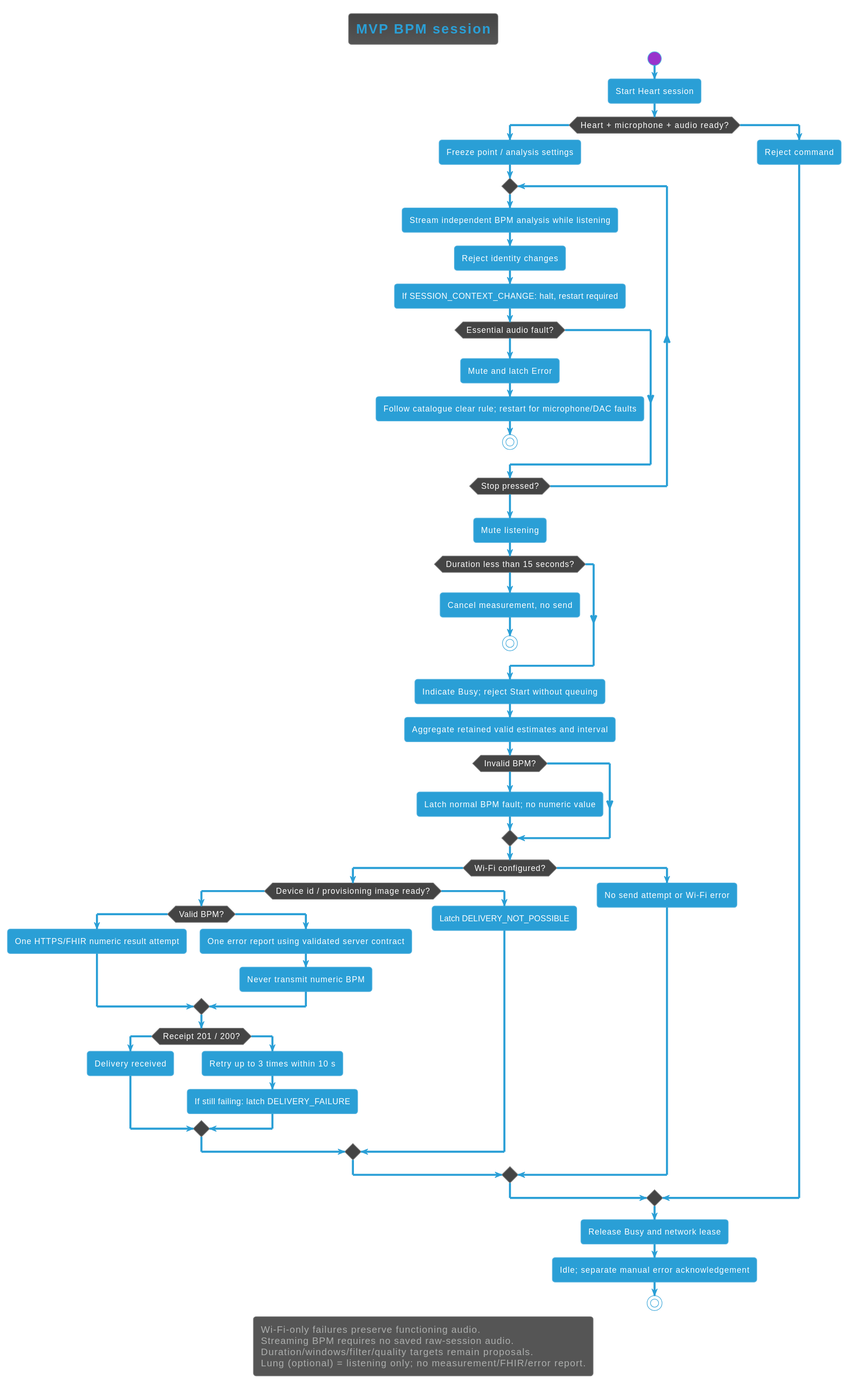
Before: Development/system/architecture/system/rendered/measurement_workflow.svg, a diagram exported from PlantUML (DemonicPsychoII/DigitalStethoscope).
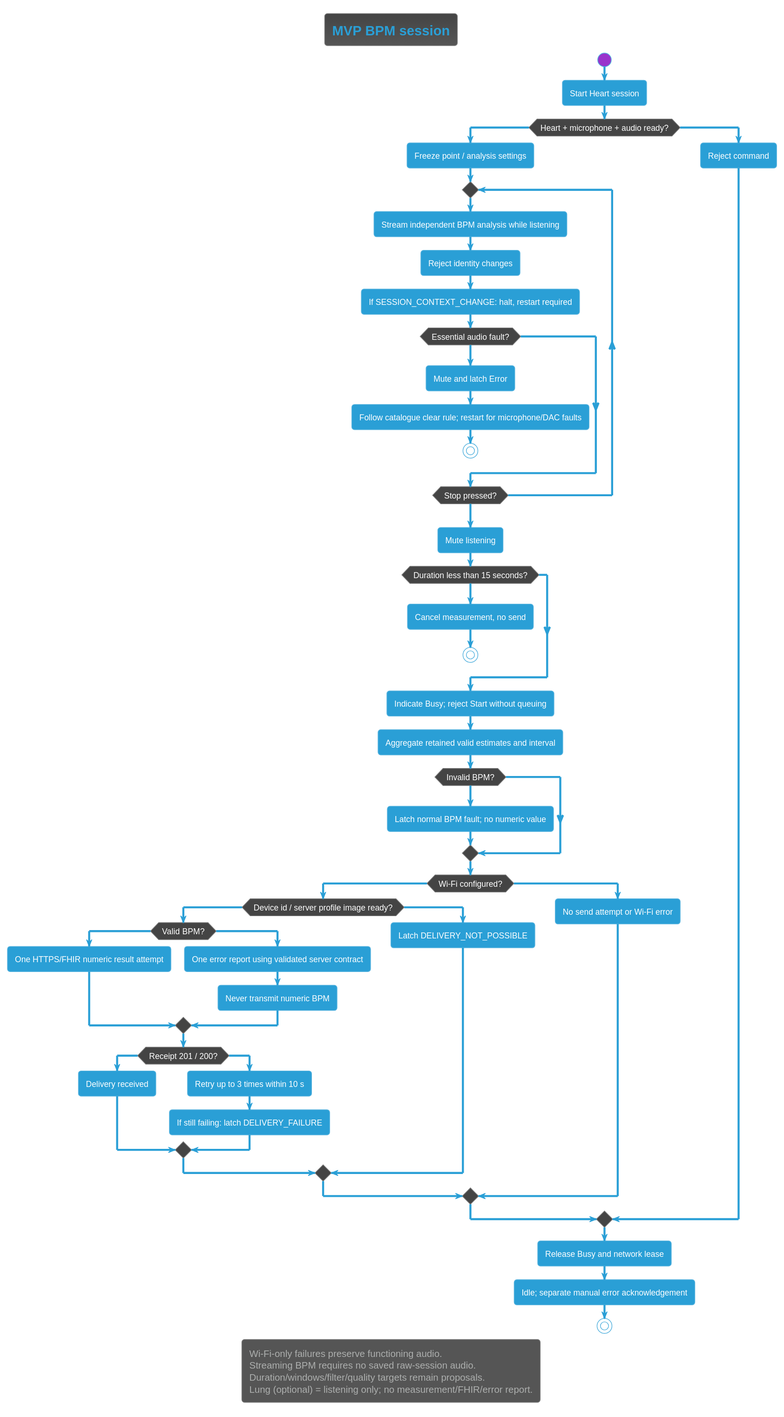
Later version of the same file.

What changed in the source:
```diff
@@ -28,7 +28,7 @@
   :Latch normal BPM fault; no numeric value;
  endif
  if (Wi-Fi configured?) then (yes)
-  if (Device id / provisioning image ready?) then (yes)
+  if (Device id / server profile image ready?) then (yes)
    if (Valid BPM?) then (yes)
     :One HTTPS/FHIR numeric result attempt;
    else (no)
```
